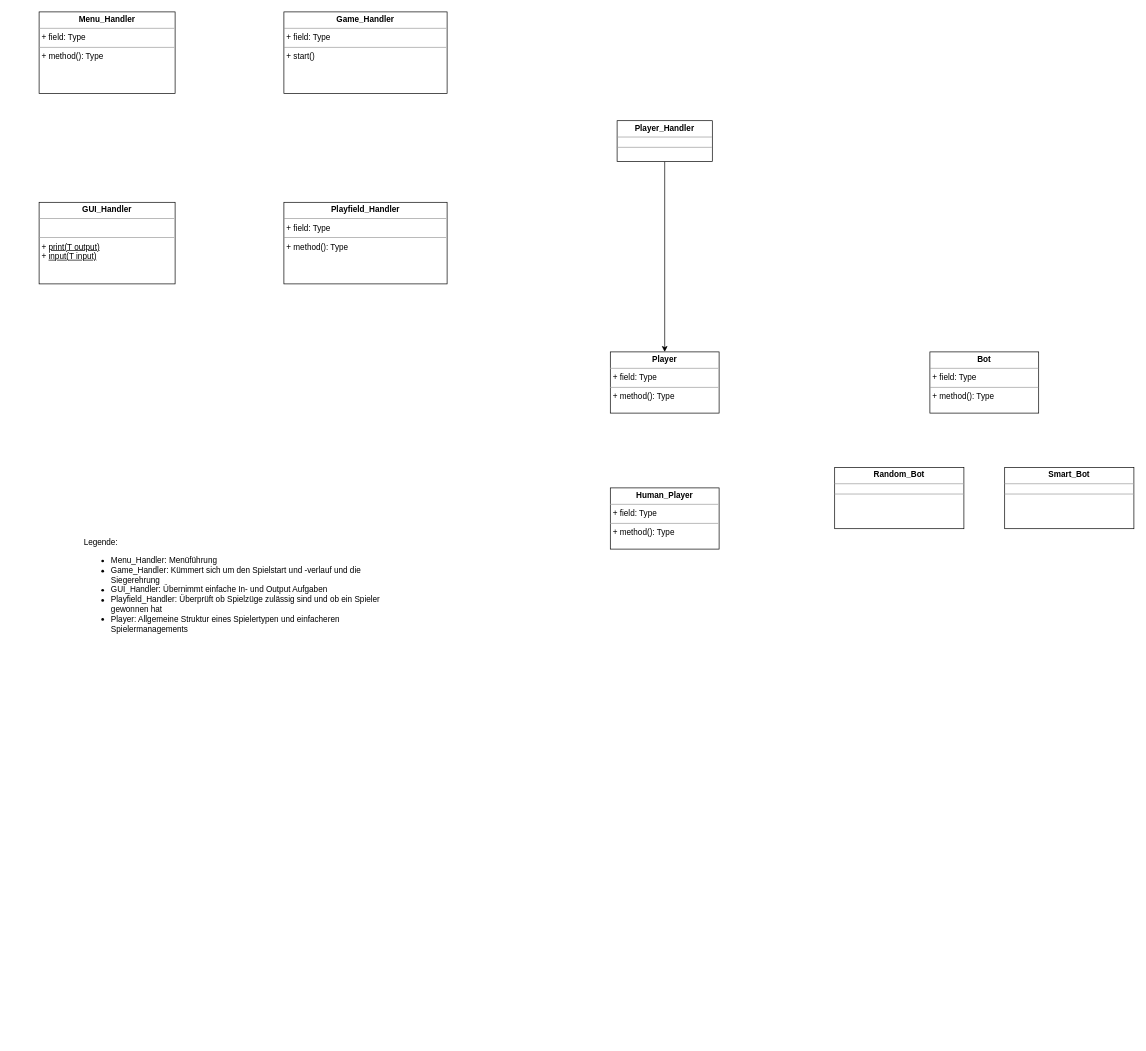
Earlier version of the draw.io diagram Programm.drawio (Davorus/TicTacToe). Source tidied: cells renumbered, new cells numbered last; positions are measured from the earlier drawing's top-left corner, leaving out a move shared by most shapes. Both pictures are drawn from the tidied source at 68%, with x=0, y=0 at pixel (39, 12).
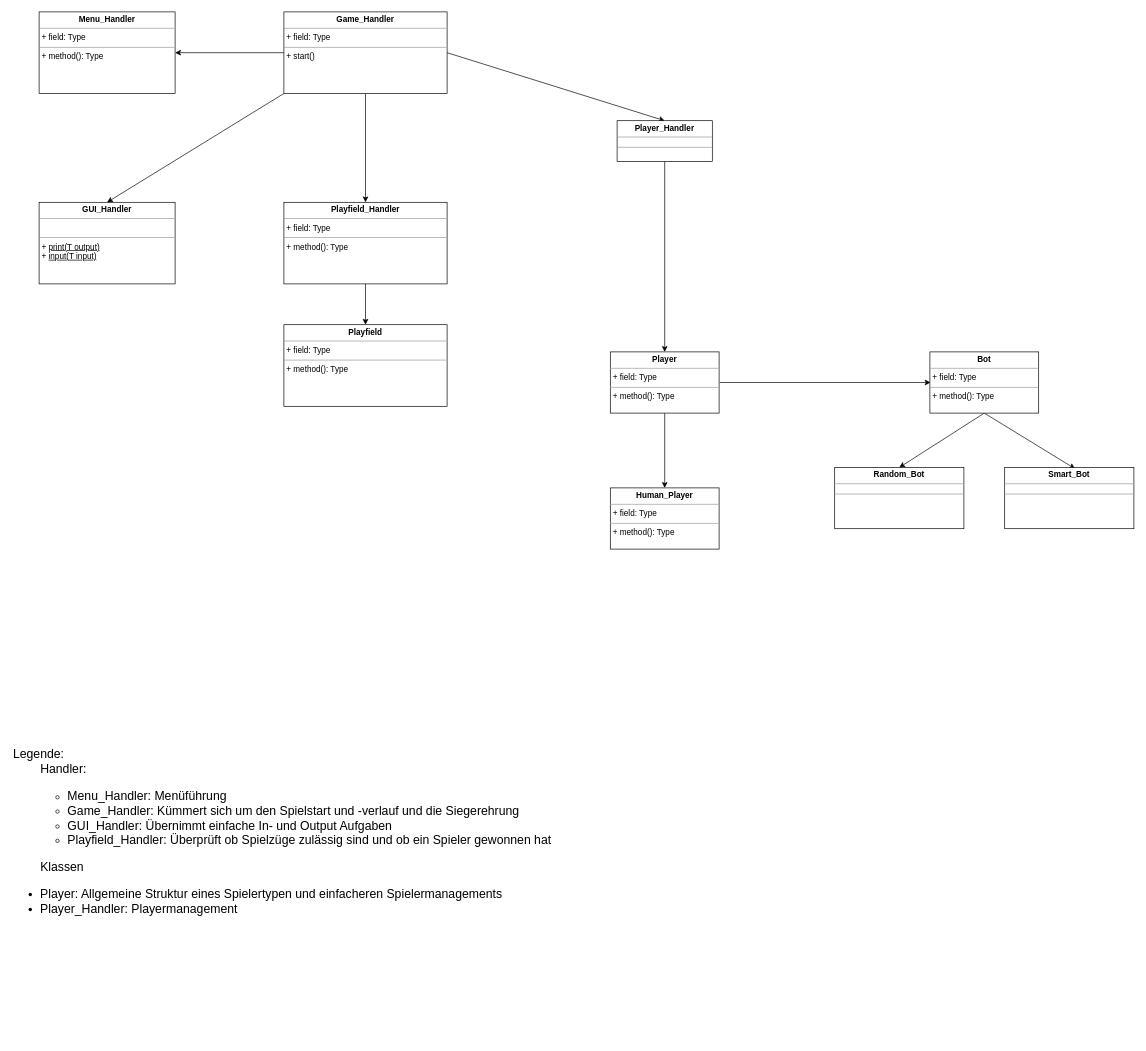
The same diagram, later.

Commit message:
UML Diagramm erweitert

Unchanged cells that the change refers to:
```xml
<mxCell id="2" value="&lt;p style=&quot;margin: 0px ; margin-top: 4px ; text-align: center&quot;&gt;&lt;b&gt;GUI_Handler&lt;/b&gt;&lt;/p&gt;&lt;hr size=&quot;1&quot;&gt;&lt;p style=&quot;margin: 0px ; margin-left: 4px&quot;&gt;&lt;br&gt;&lt;/p&gt;&lt;hr size=&quot;1&quot;&gt;&lt;p style=&quot;margin: 0px ; margin-left: 4px&quot;&gt;+ &lt;u&gt;print(T output)&lt;/u&gt;&lt;/p&gt;&lt;p style=&quot;margin: 0px ; margin-left: 4px&quot;&gt;+ &lt;u&gt;input(T input)&lt;/u&gt;&lt;/p&gt;" style="verticalAlign=top;align=left;overflow=fill;fontSize=12;fontFamily=Helvetica;html=1;" parent="1" vertex="1">
  <mxGeometry y="280" width="200" height="120" as="geometry" />
</mxCell>
<mxCell id="3" value="&lt;p style=&quot;margin: 0px ; margin-top: 4px ; text-align: center&quot;&gt;&lt;b&gt;Menu_Handler&lt;/b&gt;&lt;/p&gt;&lt;hr size=&quot;1&quot;&gt;&lt;p style=&quot;margin: 0px ; margin-left: 4px&quot;&gt;+ field: Type&lt;/p&gt;&lt;hr size=&quot;1&quot;&gt;&lt;p style=&quot;margin: 0px ; margin-left: 4px&quot;&gt;+ method(): Type&lt;/p&gt;" style="verticalAlign=top;align=left;overflow=fill;fontSize=12;fontFamily=Helvetica;html=1;" parent="1" vertex="1">
  <mxGeometry width="200" height="120" as="geometry" />
</mxCell>
<mxCell id="4" value="&lt;p style=&quot;margin: 0px ; margin-top: 4px ; text-align: center&quot;&gt;&lt;b&gt;Game_Handler&lt;/b&gt;&lt;/p&gt;&lt;hr size=&quot;1&quot;&gt;&lt;p style=&quot;margin: 0px ; margin-left: 4px&quot;&gt;+ field: Type&lt;/p&gt;&lt;hr size=&quot;1&quot;&gt;&lt;p style=&quot;margin: 0px ; margin-left: 4px&quot;&gt;+ start()&lt;/p&gt;" style="verticalAlign=top;align=left;overflow=fill;fontSize=12;fontFamily=Helvetica;html=1;" parent="1" vertex="1">
  <mxGeometry x="360" width="240" height="120" as="geometry" />
</mxCell>
<mxCell id="5" value="&lt;p style=&quot;margin: 0px ; margin-top: 4px ; text-align: center&quot;&gt;&lt;b&gt;Playfield_Handler&lt;/b&gt;&lt;/p&gt;&lt;hr size=&quot;1&quot;&gt;&lt;p style=&quot;margin: 0px ; margin-left: 4px&quot;&gt;+ field: Type&lt;/p&gt;&lt;hr size=&quot;1&quot;&gt;&lt;p style=&quot;margin: 0px ; margin-left: 4px&quot;&gt;+ method(): Type&lt;/p&gt;" style="verticalAlign=top;align=left;overflow=fill;fontSize=12;fontFamily=Helvetica;html=1;" parent="1" vertex="1">
  <mxGeometry x="360" y="280" width="240" height="120" as="geometry" />
</mxCell>
<mxCell id="6" value="&lt;p style=&quot;margin: 0px ; margin-top: 4px ; text-align: center&quot;&gt;&lt;b&gt;Player&lt;/b&gt;&lt;/p&gt;&lt;hr size=&quot;1&quot;&gt;&lt;p style=&quot;margin: 0px ; margin-left: 4px&quot;&gt;+ field: Type&lt;/p&gt;&lt;hr size=&quot;1&quot;&gt;&lt;p style=&quot;margin: 0px ; margin-left: 4px&quot;&gt;+ method(): Type&lt;/p&gt;" style="verticalAlign=top;align=left;overflow=fill;fontSize=12;fontFamily=Helvetica;html=1;" parent="1" vertex="1">
  <mxGeometry x="840" y="500" width="160" height="90" as="geometry" />
</mxCell>
<mxCell id="7" value="&lt;p style=&quot;margin: 0px ; margin-top: 4px ; text-align: center&quot;&gt;&lt;b&gt;Human_Player&lt;/b&gt;&lt;/p&gt;&lt;hr size=&quot;1&quot;&gt;&lt;p style=&quot;margin: 0px ; margin-left: 4px&quot;&gt;+ field: Type&lt;/p&gt;&lt;hr size=&quot;1&quot;&gt;&lt;p style=&quot;margin: 0px ; margin-left: 4px&quot;&gt;+ method(): Type&lt;/p&gt;" style="verticalAlign=top;align=left;overflow=fill;fontSize=12;fontFamily=Helvetica;html=1;" parent="1" vertex="1">
  <mxGeometry x="840" y="700" width="160" height="90" as="geometry" />
</mxCell>
<mxCell id="8" value="&lt;p style=&quot;margin: 0px ; margin-top: 4px ; text-align: center&quot;&gt;&lt;b&gt;Bot&lt;/b&gt;&lt;/p&gt;&lt;hr size=&quot;1&quot;&gt;&lt;p style=&quot;margin: 0px ; margin-left: 4px&quot;&gt;+ field: Type&lt;/p&gt;&lt;hr size=&quot;1&quot;&gt;&lt;p style=&quot;margin: 0px ; margin-left: 4px&quot;&gt;+ method(): Type&lt;/p&gt;" style="verticalAlign=top;align=left;overflow=fill;fontSize=12;fontFamily=Helvetica;html=1;" parent="1" vertex="1">
  <mxGeometry x="1310" y="500" width="160" height="90" as="geometry" />
</mxCell>
<mxCell id="10" value="&lt;p style=&quot;margin: 0px ; margin-top: 4px ; text-align: center&quot;&gt;&lt;b&gt;Random_Bot&lt;/b&gt;&lt;/p&gt;&lt;hr size=&quot;1&quot;&gt;&lt;div style=&quot;height: 2px&quot;&gt;&lt;/div&gt;&lt;hr size=&quot;1&quot;&gt;&lt;div style=&quot;height: 2px&quot;&gt;&lt;/div&gt;" style="verticalAlign=top;align=left;overflow=fill;fontSize=12;fontFamily=Helvetica;html=1;" parent="1" vertex="1">
  <mxGeometry x="1170" y="670" width="190" height="90" as="geometry" />
</mxCell>
<mxCell id="11" value="&lt;p style=&quot;margin: 0px ; margin-top: 4px ; text-align: center&quot;&gt;&lt;b&gt;Smart_Bot&lt;/b&gt;&lt;/p&gt;&lt;hr size=&quot;1&quot;&gt;&lt;div style=&quot;height: 2px&quot;&gt;&lt;/div&gt;&lt;hr size=&quot;1&quot;&gt;&lt;div style=&quot;height: 2px&quot;&gt;&lt;/div&gt;" style="verticalAlign=top;align=left;overflow=fill;fontSize=12;fontFamily=Helvetica;html=1;" parent="1" vertex="1">
  <mxGeometry x="1420" y="670" width="190" height="90" as="geometry" />
</mxCell>
<mxCell id="13" value="&lt;p style=&quot;margin: 0px ; margin-top: 4px ; text-align: center&quot;&gt;&lt;b&gt;Player_Handler&lt;/b&gt;&lt;/p&gt;&lt;hr size=&quot;1&quot;&gt;&lt;div style=&quot;height: 2px&quot;&gt;&lt;/div&gt;&lt;hr size=&quot;1&quot;&gt;&lt;div style=&quot;height: 2px&quot;&gt;&lt;/div&gt;" style="verticalAlign=top;align=left;overflow=fill;fontSize=12;fontFamily=Helvetica;html=1;" parent="1" vertex="1">
  <mxGeometry x="850" y="160" width="140" height="60" as="geometry" />
</mxCell>
```

The edit, as a diff of the source:
```diff
@@
+    <mxCell id="14" style="edgeStyle=none;html=1;exitX=1;exitY=0.5;exitDx=0;exitDy=0;entryX=0.5;entryY=0;entryDx=0;entryDy=0;" parent="1" edge="1" source="4" target="13">
+      <mxGeometry relative="1" as="geometry" />
+    </mxCell>
+    <mxCell id="15" style="edgeStyle=none;html=1;exitX=0.5;exitY=1;exitDx=0;exitDy=0;entryX=0.5;entryY=0;entryDx=0;entryDy=0;" parent="1" edge="1" source="4" target="5">
+      <mxGeometry relative="1" as="geometry" />
+    </mxCell>
+    <mxCell id="16" style="edgeStyle=none;html=1;exitX=0;exitY=0.5;exitDx=0;exitDy=0;entryX=1;entryY=0.5;entryDx=0;entryDy=0;" parent="1" edge="1" source="4" target="3">
+      <mxGeometry relative="1" as="geometry" />
+    </mxCell>
+    <mxCell id="17" style="edgeStyle=none;html=1;exitX=0;exitY=1;exitDx=0;exitDy=0;entryX=0.5;entryY=0;entryDx=0;entryDy=0;" parent="1" edge="1" source="4" target="2">
+      <mxGeometry relative="1" as="geometry" />
+    </mxCell>
@@
+    <mxCell id="18" style="edgeStyle=none;html=1;exitX=0.5;exitY=1;exitDx=0;exitDy=0;entryX=0.5;entryY=0;entryDx=0;entryDy=0;" parent="1" edge="1" source="5" target="23">
+      <mxGeometry relative="1" as="geometry" />
+    </mxCell>
@@
+    <mxCell id="19" style="edgeStyle=none;html=1;exitX=0.5;exitY=1;exitDx=0;exitDy=0;entryX=0.5;entryY=0;entryDx=0;entryDy=0;" parent="1" edge="1" source="6" target="7">
+      <mxGeometry relative="1" as="geometry" />
+    </mxCell>
+    <mxCell id="20" style="edgeStyle=none;html=1;exitX=1;exitY=0.5;exitDx=0;exitDy=0;entryX=0;entryY=0.5;entryDx=0;entryDy=0;" parent="1" edge="1">
+      <mxGeometry relative="1" as="geometry">
+        <mxPoint x="1001" y="545" as="sourcePoint" />
+        <mxPoint x="1311" y="545" as="targetPoint" />
+      </mxGeometry>
+    </mxCell>
@@
+    <mxCell id="21" style="edgeStyle=none;html=1;exitX=0.5;exitY=1;exitDx=0;exitDy=0;entryX=0.5;entryY=0;entryDx=0;entryDy=0;" parent="1" edge="1" source="8" target="10">
+      <mxGeometry relative="1" as="geometry" />
+    </mxCell>
+    <mxCell id="22" style="edgeStyle=none;html=1;exitX=0.5;exitY=1;exitDx=0;exitDy=0;entryX=0.545;entryY=0.021;entryDx=0;entryDy=0;entryPerimeter=0;" parent="1" edge="1" source="8" target="11">
+      <mxGeometry relative="1" as="geometry" />
+    </mxCell>
@@
-    <mxCell id="9" value="Legende:&lt;br&gt;&lt;ul&gt;&lt;li&gt;Menu_Handler: Menüführung&lt;/li&gt;&lt;li&gt;Game_Handler: Kümmert sich um den Spielstart und -verlauf und die Siegerehrung&lt;/li&gt;&lt;li&gt;GUI_Handler: Übernimmt einfache In- und Output Aufgaben&lt;/li&gt;&lt;li&gt;Playfield_Handler: Überprüft ob Spielzüge zulässig sind und ob ein Spieler gewonnen hat&lt;/li&gt;&lt;li&gt;Player: Allgemeine Struktur eines Spielertypen und einfacheren Spielermanagements&lt;/li&gt;&lt;/ul&gt;" style="text;html=1;strokeColor=none;fillColor=none;align=left;verticalAlign=middle;whiteSpace=wrap;rounded=0;" parent="1" vertex="1">
-      <mxGeometry x="64" y="740" width="450" height="220" as="geometry" />
+    <mxCell id="9" value="&lt;font style=&quot;font-size: 18px&quot;&gt;Legende:&lt;br&gt;&lt;span style=&quot;white-space: pre&quot;&gt;&#9;&lt;/span&gt;Handler:&lt;br&gt;&lt;/font&gt;&lt;ul style=&quot;font-size: 18px&quot;&gt;&lt;ul&gt;&lt;li&gt;&lt;font style=&quot;font-size: 18px&quot;&gt;Menu_Handler: Menüführung&lt;/font&gt;&lt;/li&gt;&lt;li&gt;&lt;font style=&quot;font-size: 18px&quot;&gt;Game_Handler: Kümmert sich um den Spielstart und -verlauf und die Siegerehrung&lt;/font&gt;&lt;/li&gt;&lt;li&gt;&lt;font style=&quot;font-size: 18px&quot;&gt;GUI_Handler: Übernimmt einfache In- und Output Aufgaben&lt;/font&gt;&lt;/li&gt;&lt;li&gt;&lt;font style=&quot;font-size: 18px&quot;&gt;Playfield_Handler: Überprüft ob Spielzüge zulässig sind und ob ein Spieler gewonnen hat&lt;/font&gt;&lt;/li&gt;&lt;/ul&gt;&lt;/ul&gt;&lt;font style=&quot;font-size: 18px&quot;&gt;&lt;span style=&quot;white-space: pre&quot;&gt;&#9;&lt;/span&gt;Klassen&lt;br&gt;&lt;/font&gt;&lt;ul style=&quot;font-size: 18px&quot;&gt;&lt;li&gt;&lt;font style=&quot;font-size: 18px&quot;&gt;Player: Allgemeine Struktur eines Spielertypen und einfacheren Spielermanagements&lt;/font&gt;&lt;/li&gt;&lt;li&gt;&lt;font style=&quot;font-size: 18px&quot;&gt;Player_Handler: Playermanagement&lt;/font&gt;&lt;/li&gt;&lt;/ul&gt;" style="text;html=1;strokeColor=none;fillColor=none;align=left;verticalAlign=middle;whiteSpace=wrap;rounded=0;" parent="1" vertex="1">
+      <mxGeometry x="-40" y="920" width="1350" height="590" as="geometry" />
     </mxCell>
@@
+    <mxCell id="23" value="&lt;p style=&quot;margin: 0px ; margin-top: 4px ; text-align: center&quot;&gt;&lt;b&gt;Playfield&lt;/b&gt;&lt;/p&gt;&lt;hr size=&quot;1&quot;&gt;&lt;p style=&quot;margin: 0px ; margin-left: 4px&quot;&gt;+ field: Type&lt;/p&gt;&lt;hr size=&quot;1&quot;&gt;&lt;p style=&quot;margin: 0px ; margin-left: 4px&quot;&gt;+ method(): Type&lt;/p&gt;" style="verticalAlign=top;align=left;overflow=fill;fontSize=12;fontFamily=Helvetica;html=1;" parent="1" vertex="1">
+      <mxGeometry x="360" y="460" width="240" height="120" as="geometry" />
+    </mxCell>
```
